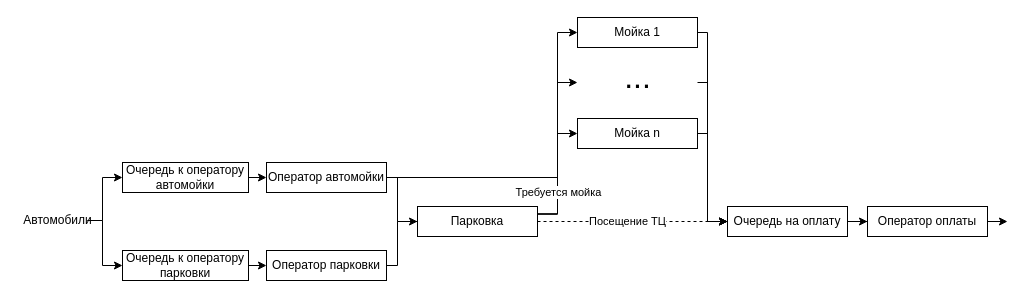
Before: page "1" (1 of 3) of lab6/my_report/pictures/2.drawio in alena-zayts/BMSTU_7sem_modeling, a draw.io diagram. Source tidied: cells renumbered, new cells numbered last; positions are measured from the earlier drawing's top-left corner, leaving out a move shared by most shapes. Both pictures are drawn from the tidied source at 100%, with x=0, y=0 at pixel (17, 17).
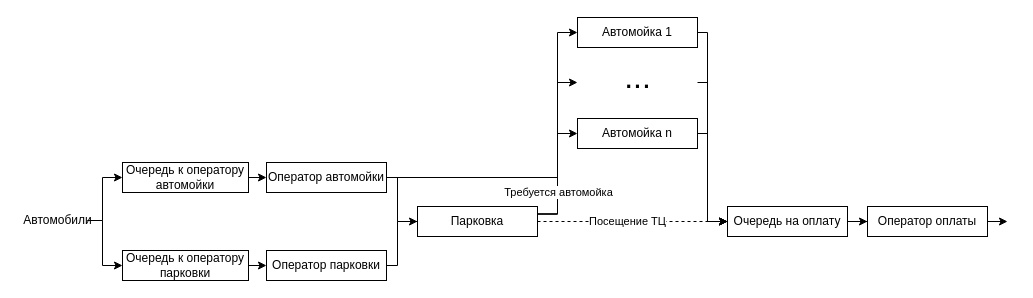
The same page after the edit.

Unchanged cells that the change refers to:
```xml
<mxCell id="17" style="edgeStyle=orthogonalEdgeStyle;rounded=0;jettySize=auto;html=1;exitX=1;exitY=0.25;exitDx=0;exitDy=0;entryX=0;entryY=0.5;entryDx=0;entryDy=0;" parent="1" edge="1" source="19" target="13">
  <mxGeometry relative="1" as="geometry" />
</mxCell>
```

The edit, as a diff of the source:
```diff
@@
-    <mxCell id="8" value="Мойка 1" style="rounded=0;whiteSpace=wrap;html=1;" parent="1" vertex="1">
+    <mxCell id="8" value="Автомойка 1" style="rounded=0;whiteSpace=wrap;html=1;" parent="1" vertex="1">
       <mxGeometry x="560" width="120" height="30" as="geometry" />
     </mxCell>
@@
-    <mxCell id="13" value="Мойка n" style="rounded=0;whiteSpace=wrap;html=1;" parent="1" vertex="1">
+    <mxCell id="13" value="Автомойка&amp;nbsp;n" style="rounded=0;whiteSpace=wrap;html=1;" parent="1" vertex="1">
       <mxGeometry x="560" y="101" width="120" height="30" as="geometry" />
     </mxCell>
@@
-    <mxCell id="18" value="Требуется мойка" style="edgeLabel;html=1;align=center;verticalAlign=middle;" parent="17" vertex="1">
+    <mxCell id="18" value="&lt;span style=&quot;font-family: &amp;#34;helvetica&amp;#34;&quot;&gt;Требуется автомойка&lt;/span&gt;" style="edgeLabel;html=1;align=center;verticalAlign=middle;" parent="17" vertex="1">
       <mxGeometry x="-0.16" y="1" relative="1" as="geometry">
         <mxPoint x="1" y="9.3" as="offset" />
       </mxGeometry>
     </mxCell>
```
